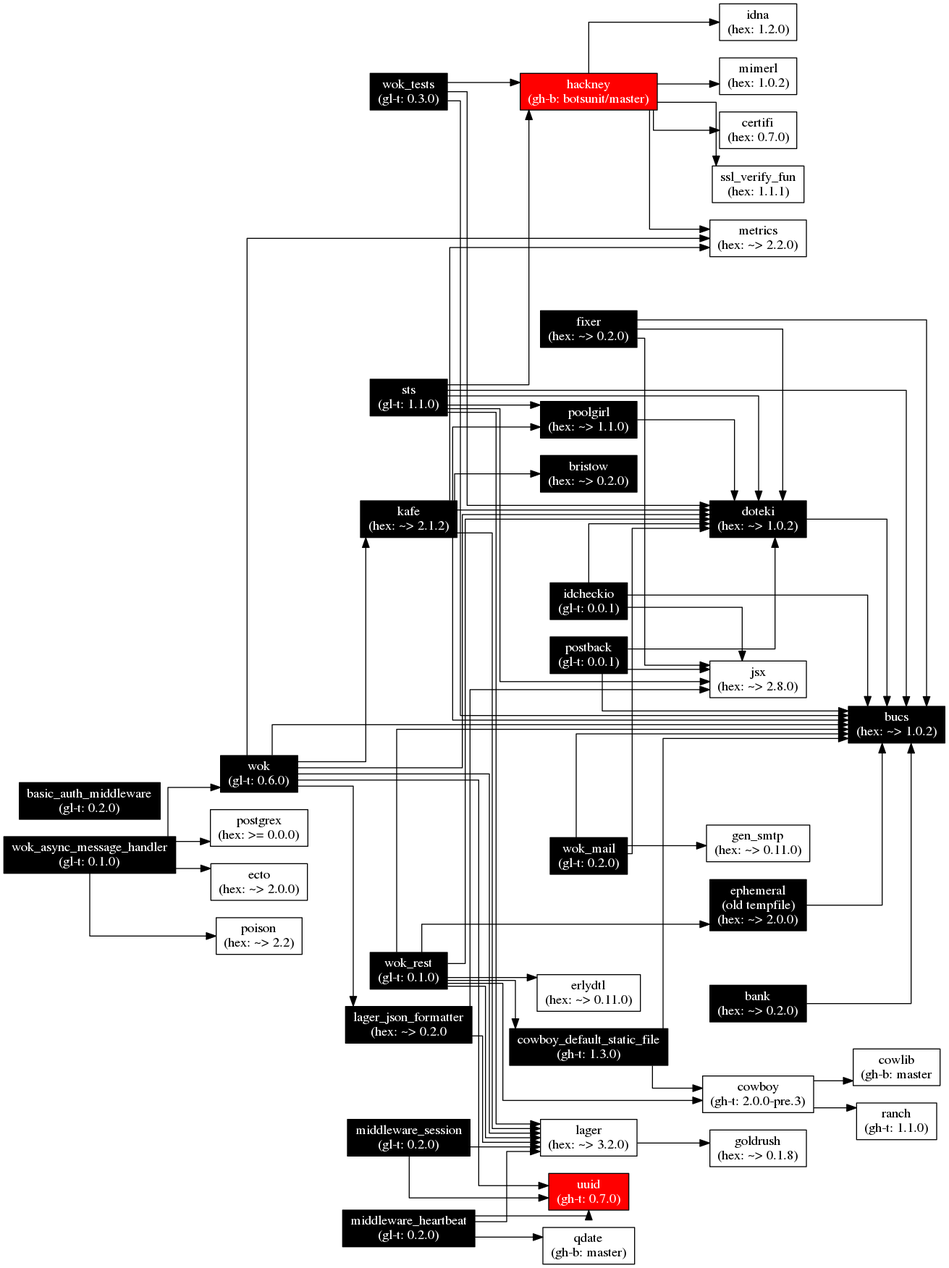
This is images/wok.deps.png from botsunit/wok, a Graphviz export, as it was before one commit. Its source is kept beside it as images/wok.deps.gv.
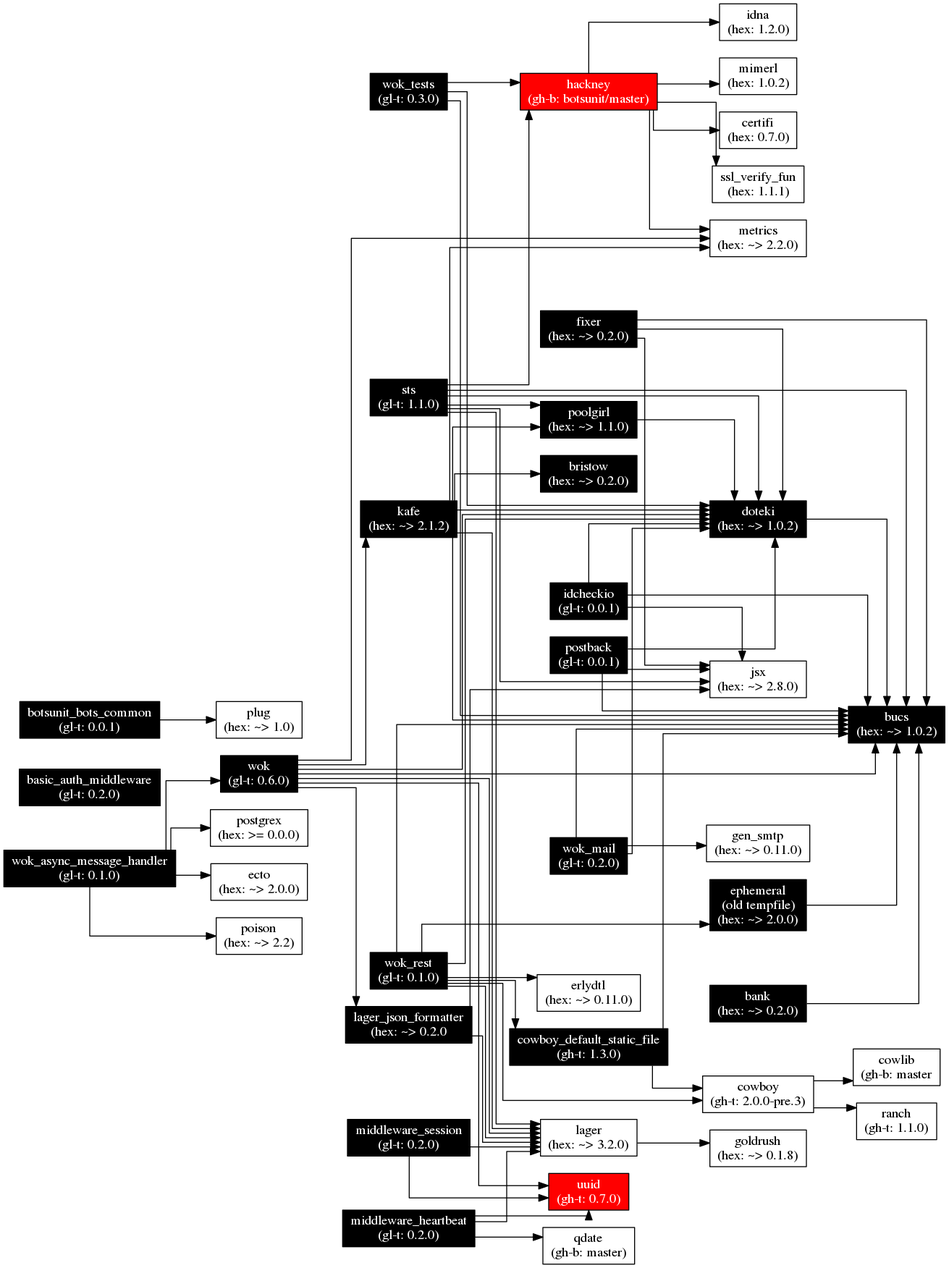
After the commit.

The edit, as a diff of the source:
```diff
@@ -115,6 +115,11 @@
             fontcolor="white",
             style="filled",
             fillcolor="black"];
+  botsunit_bots_common[label="botsunit_bots_common\n(gl-t: 0.0.1)",
+                       fontcolor="white",
+                       style="filled",
+                       fillcolor="black"];
+  plug[label="plug\n(hex: ~> 1.0)"];
 
   wok -> lager;
   wok -> lager_json_formatter;
@@ -202,4 +207,6 @@
   postback -> bucs;
   postback -> doteki;
   postback -> jsx;
+
+  botsunit_bots_common -> plug;
 }
```
